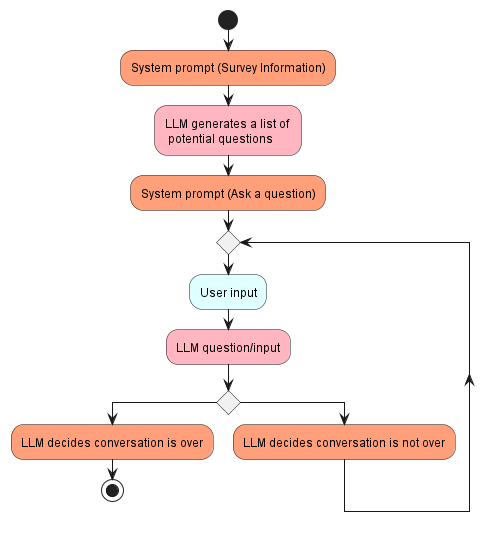
Before: docs/diagrams/images/prompt-eng-2.png, a diagram exported from PlantUML (pakshuang/ai-chat-survey).
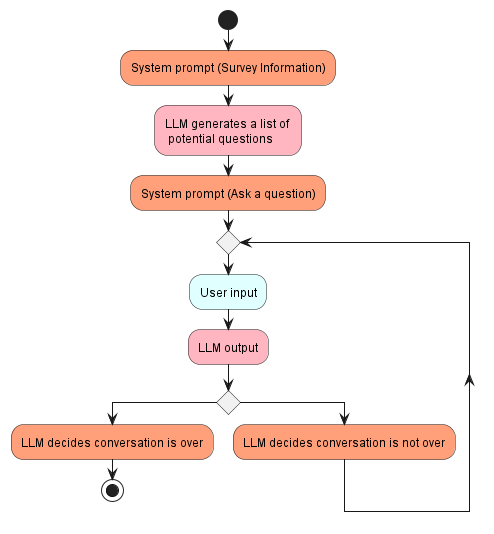
After the commit.

Change to the diagram source:
```diff
@@ -10,7 +10,7 @@
 
 while ()
     #LightCyan:User input;
-    #LightPink:LLM question/input;
+    #LightPink:LLM output;
     if () then
         #LightSalmon:LLM decides conversation is over;
         stop
```
